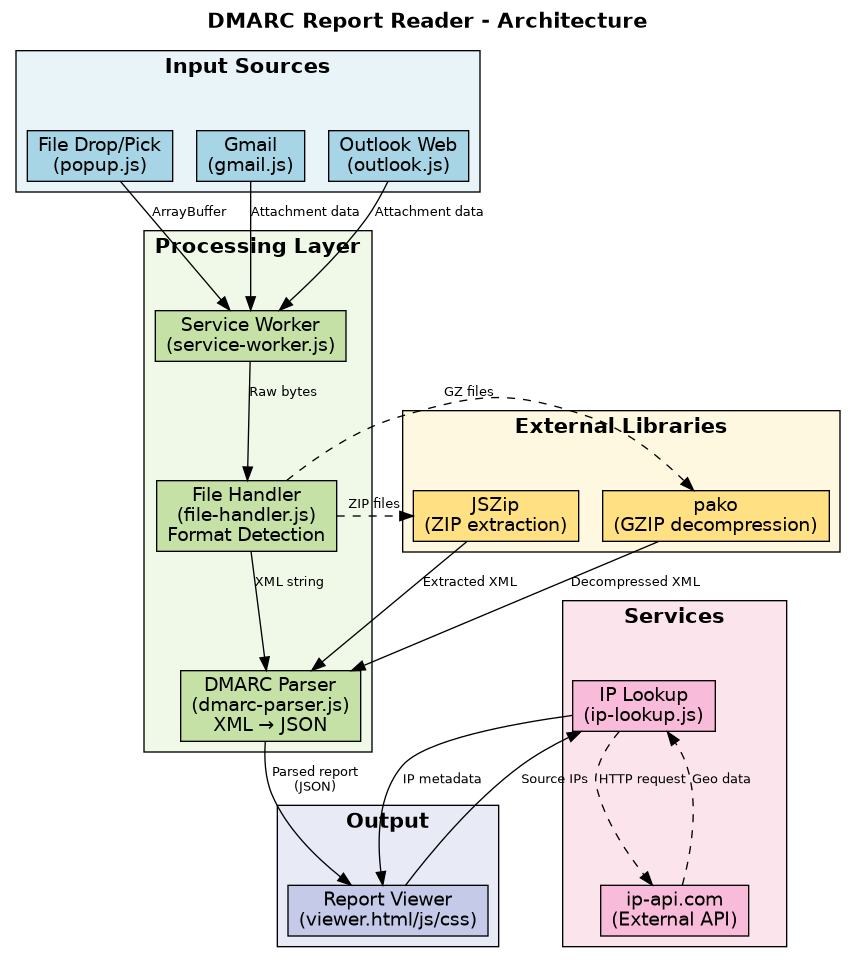
Earlier version of the Graphviz export docs/architecture.png (kimon1230/dmarc_report_reader). Its source is kept beside it as docs/architecture.dot.
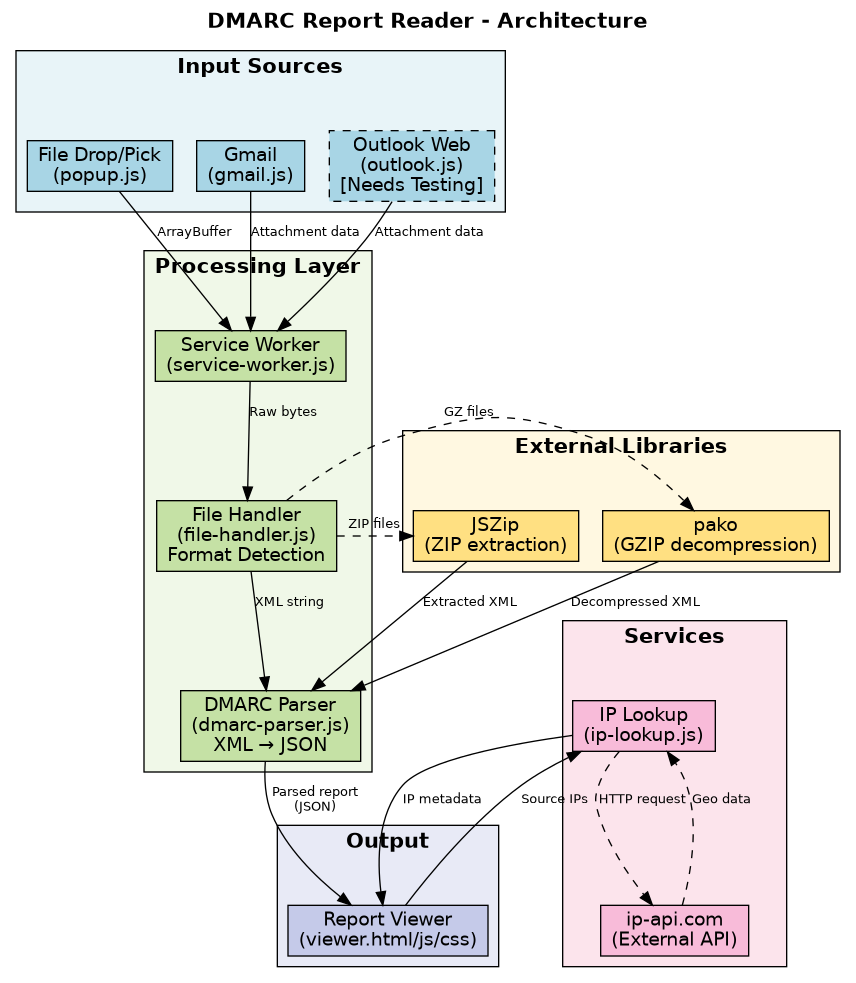
After the change.

Commit message:
made it work better with gmail but outlook needs testing

What changed in the source:
```diff
@@ -16,7 +16,7 @@
 
         file_drop [label="File Drop/Pick\n(popup.js)"];
         gmail [label="Gmail\n(gmail.js)"];
-        outlook [label="Outlook Web\n(outlook.js)"];
+        outlook [label="Outlook Web\n(outlook.js)\n[Needs Testing]", style="filled,dashed"];
     }
 
     subgraph cluster_processing {
```
